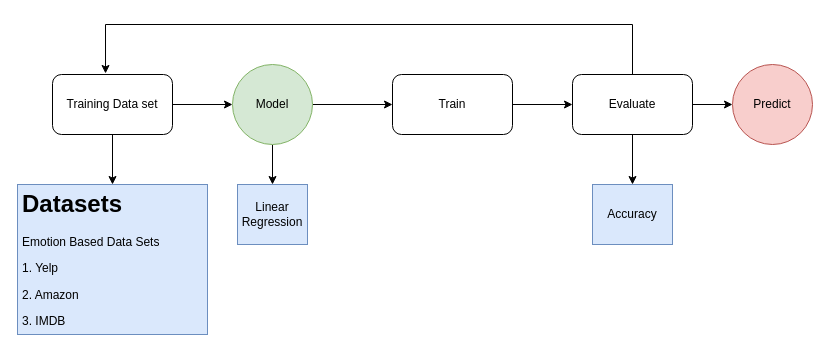
Before: Sem 2/Natural Language Processing/CA/Submission/Part 2/Model Traning.drawio in sunil3092/DBSEdu, a draw.io diagram. Source tidied: cells renumbered, new cells numbered last; positions are measured from the earlier drawing's top-left corner, leaving out a move shared by most shapes. Both pictures are drawn from the tidied source at 100%, with x=0, y=0 at pixel (17, 24).
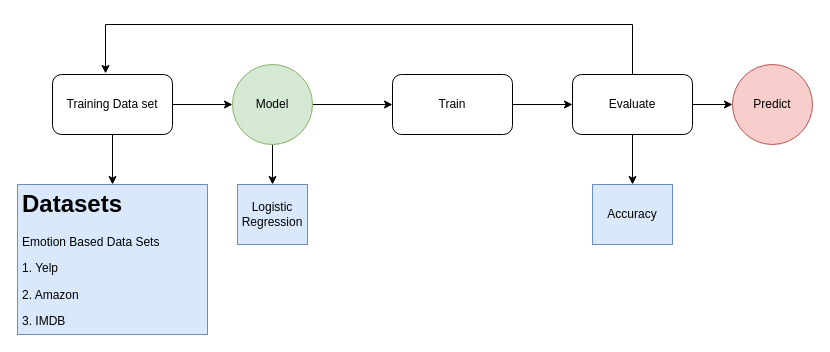
The same diagram, later.

Diff of the diagram source:
```diff
@@
 <mxGraphModel>
   <root>
     <mxCell id="0" />
     <mxCell id="1" parent="0" />
     <mxCell id="2" style="edgeStyle=orthogonalEdgeStyle;rounded=0;jettySize=auto;html=1;" parent="1" edge="1" source="4" target="9">
       <mxGeometry relative="1" as="geometry" />
     </mxCell>
     <mxCell id="3" style="edgeStyle=orthogonalEdgeStyle;rounded=0;jettySize=auto;html=1;" parent="1" edge="1" source="4" target="16">
       <mxGeometry relative="1" as="geometry" />
     </mxCell>
     <mxCell id="4" value="Model" style="ellipse;whiteSpace=wrap;html=1;fillColor=#d5e8d4;strokeColor=#82b366;" parent="1" vertex="1">
       <mxGeometry x="215" y="40" width="80" height="80" as="geometry" />
     </mxCell>
     <mxCell id="5" style="edgeStyle=orthogonalEdgeStyle;rounded=0;jettySize=auto;html=1;entryX=0;entryY=0.5;entryDx=0;entryDy=0;" parent="1" edge="1" source="7" target="4">
       <mxGeometry relative="1" as="geometry" />
     </mxCell>
     <mxCell id="6" style="edgeStyle=orthogonalEdgeStyle;rounded=0;jettySize=auto;html=1;" parent="1" edge="1" source="7" target="15">
       <mxGeometry relative="1" as="geometry" />
     </mxCell>
     <mxCell id="7" value="Training Data set" style="rounded=1;whiteSpace=wrap;html=1;" parent="1" vertex="1">
       <mxGeometry x="35" y="50" width="120" height="60" as="geometry" />
     </mxCell>
     <mxCell id="8" style="edgeStyle=orthogonalEdgeStyle;rounded=0;jettySize=auto;html=1;" parent="1" edge="1" source="9" target="13">
       <mxGeometry relative="1" as="geometry" />
     </mxCell>
     <mxCell id="9" value="Train" style="rounded=1;whiteSpace=wrap;html=1;" parent="1" vertex="1">
       <mxGeometry x="375" y="50" width="120" height="60" as="geometry" />
     </mxCell>
     <mxCell id="10" style="edgeStyle=orthogonalEdgeStyle;rounded=0;jettySize=auto;html=1;" parent="1" edge="1" source="13" target="14">
       <mxGeometry relative="1" as="geometry" />
     </mxCell>
     <mxCell id="11" style="edgeStyle=orthogonalEdgeStyle;rounded=0;jettySize=auto;html=1;entryX=0.442;entryY=-0.017;entryDx=0;entryDy=0;entryPerimeter=0;" parent="1" edge="1" source="13" target="7">
       <mxGeometry relative="1" as="geometry">
         <Array as="points">
           <mxPoint x="615" />
           <mxPoint x="88" />
         </Array>
       </mxGeometry>
     </mxCell>
     <mxCell id="12" style="edgeStyle=orthogonalEdgeStyle;rounded=0;jettySize=auto;html=1;" parent="1" edge="1" source="13" target="17">
       <mxGeometry relative="1" as="geometry" />
     </mxCell>
     <mxCell id="13" value="Evaluate" style="rounded=1;whiteSpace=wrap;html=1;" parent="1" vertex="1">
       <mxGeometry x="555" y="50" width="120" height="60" as="geometry" />
     </mxCell>
     <mxCell id="14" value="Predict" style="ellipse;whiteSpace=wrap;html=1;fillColor=#f8cecc;strokeColor=#b85450;" parent="1" vertex="1">
       <mxGeometry x="715" y="40" width="80" height="80" as="geometry" />
     </mxCell>
     <mxCell id="15" value="&lt;h1&gt;Datasets&lt;/h1&gt;&lt;div&gt;Emotion Based Data Sets&lt;/div&gt;&lt;p&gt;1. Yelp&lt;/p&gt;&lt;p&gt;2. Amazon&lt;/p&gt;&lt;p&gt;3. IMDB&lt;/p&gt;" style="text;html=1;strokeColor=#6c8ebf;fillColor=#dae8fc;spacing=5;spacingTop=-20;whiteSpace=wrap;overflow=hidden;rounded=0;" parent="1" vertex="1">
       <mxGeometry y="160" width="190" height="150" as="geometry" />
     </mxCell>
-    <mxCell id="16" value="Linear Regression" style="text;html=1;strokeColor=#6c8ebf;fillColor=#dae8fc;align=center;verticalAlign=middle;whiteSpace=wrap;rounded=0;" parent="1" vertex="1">
+    <mxCell id="16" value="Logistic Regression" style="text;html=1;strokeColor=#6c8ebf;fillColor=#dae8fc;align=center;verticalAlign=middle;whiteSpace=wrap;rounded=0;" parent="1" vertex="1">
       <mxGeometry x="220" y="160" width="70" height="60" as="geometry" />
     </mxCell>
     <mxCell id="17" value="Accuracy" style="text;html=1;strokeColor=#6c8ebf;fillColor=#dae8fc;align=center;verticalAlign=middle;whiteSpace=wrap;rounded=0;" parent="1" vertex="1">
       <mxGeometry x="575" y="160" width="80" height="60" as="geometry" />
     </mxCell>
   </root>
 </mxGraphModel>
```
